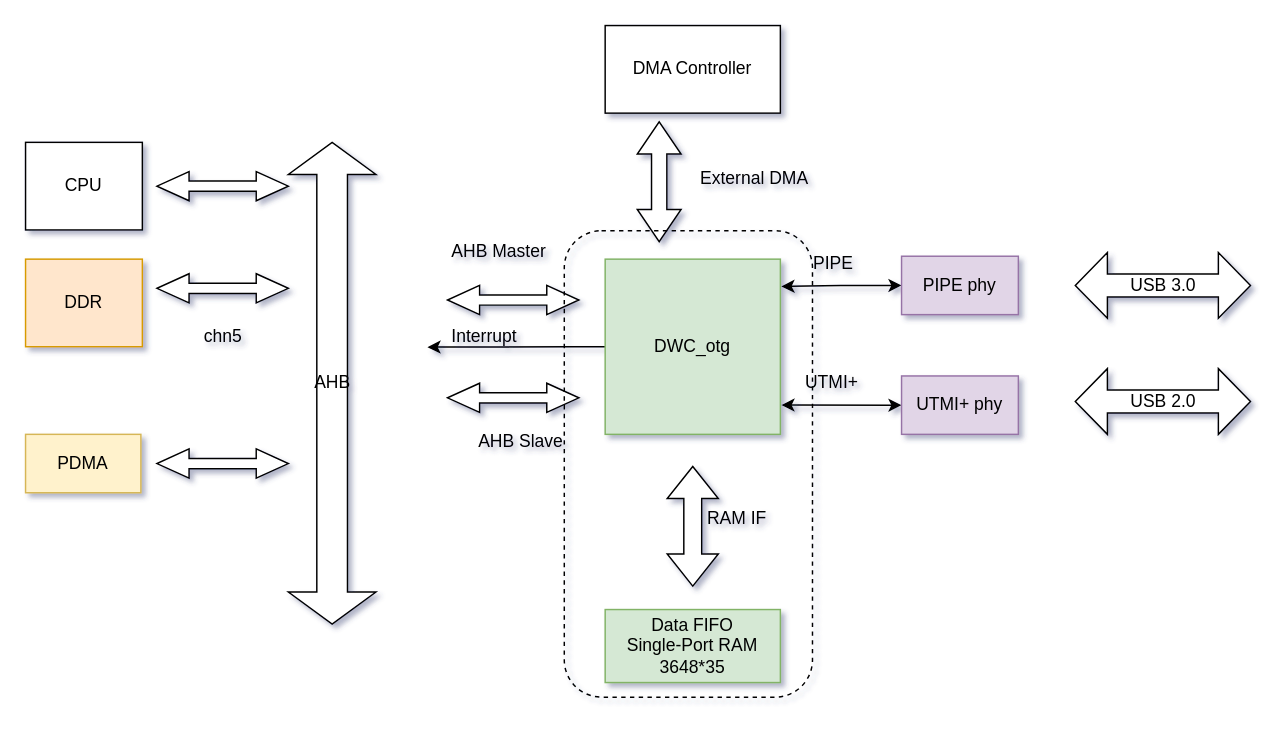
This is page "第 4 页" (4 of 7) of USB 控制器与 phy.drawio from Vinson-001/Blog-flow-chart, a draw.io file, before an edit. Source tidied: cells renumbered, new cells numbered last; positions are measured from the earlier drawing's top-left corner, leaving out a move shared by most shapes. Both pictures are drawn from the tidied source at 146%, with x=0, y=0 at pixel (25, 25).
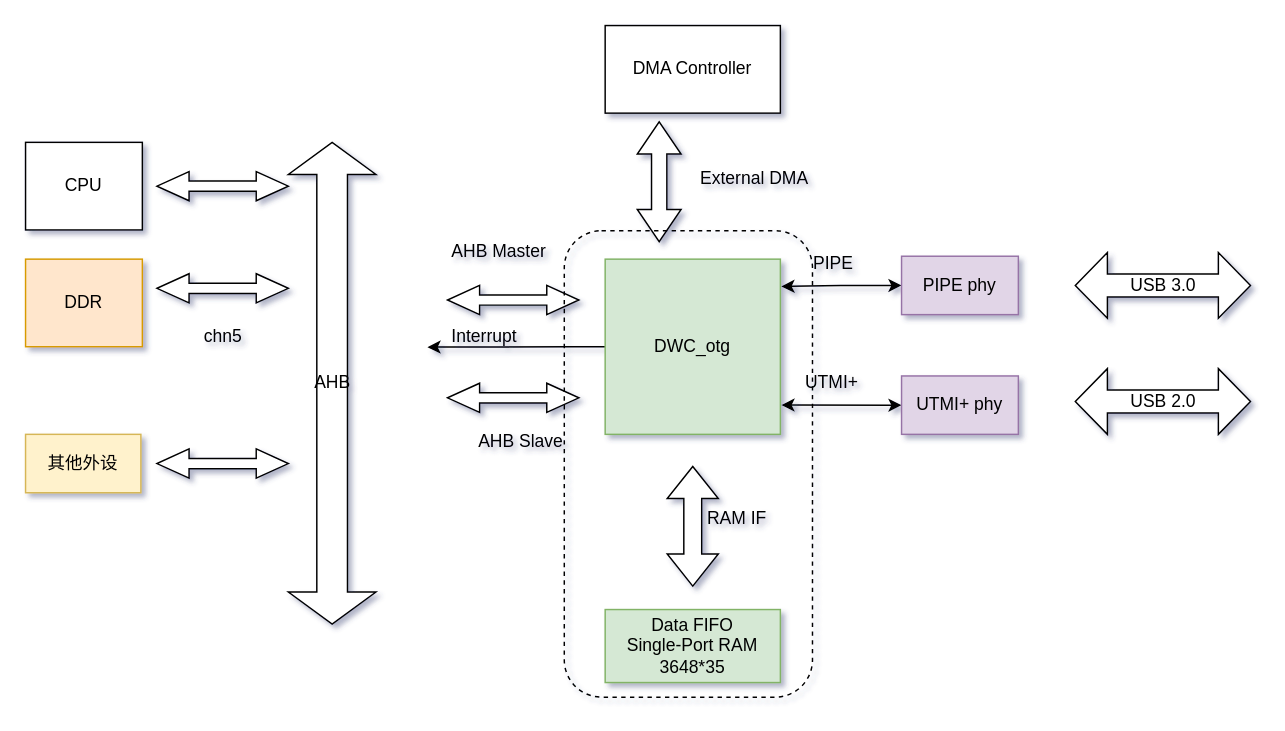
Above is the later version.

The edit, as a diff of the source:
```diff
@@
-    <mxCell id="29" value="PDMA" style="rounded=0;whiteSpace=wrap;html=1;fillColor=#fff2cc;strokeColor=#d6b656;" parent="1" vertex="1">
+    <mxCell id="29" value="其他外设" style="rounded=0;whiteSpace=wrap;html=1;fillColor=#fff2cc;strokeColor=#d6b656;" parent="1" vertex="1">
       <mxGeometry y="280" width="79" height="40" as="geometry" />
     </mxCell>
```
